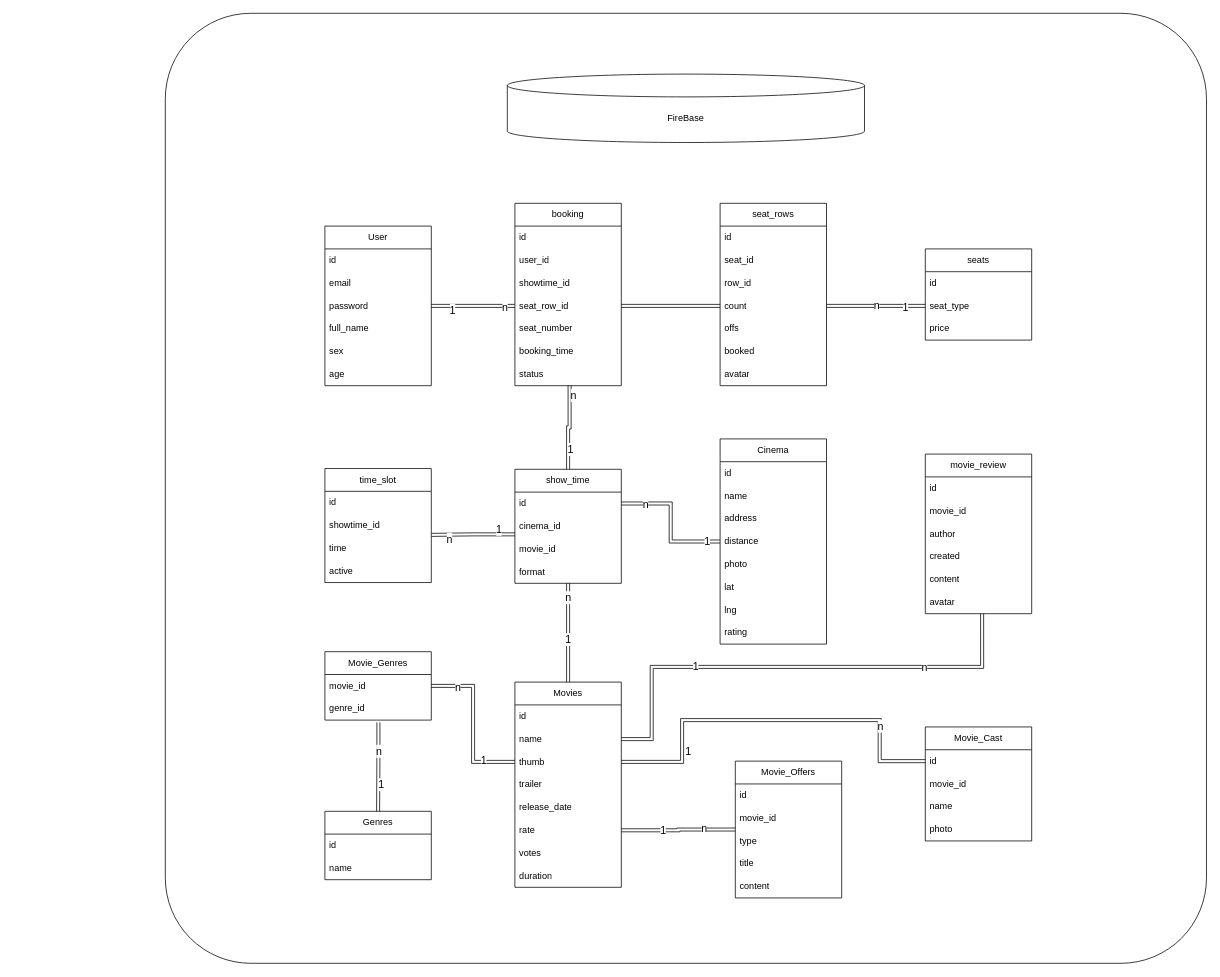
Earlier version of the draw.io diagram draw.io/cinema-booking.drawio (minhuiiy/cinema_booking). Source tidied: cells renumbered, new cells numbered last; positions are measured from the earlier drawing's top-left corner, leaving out a move shared by most shapes. Both pictures are drawn from the tidied source at 76%, with x=0, y=0 at pixel (150, 9).
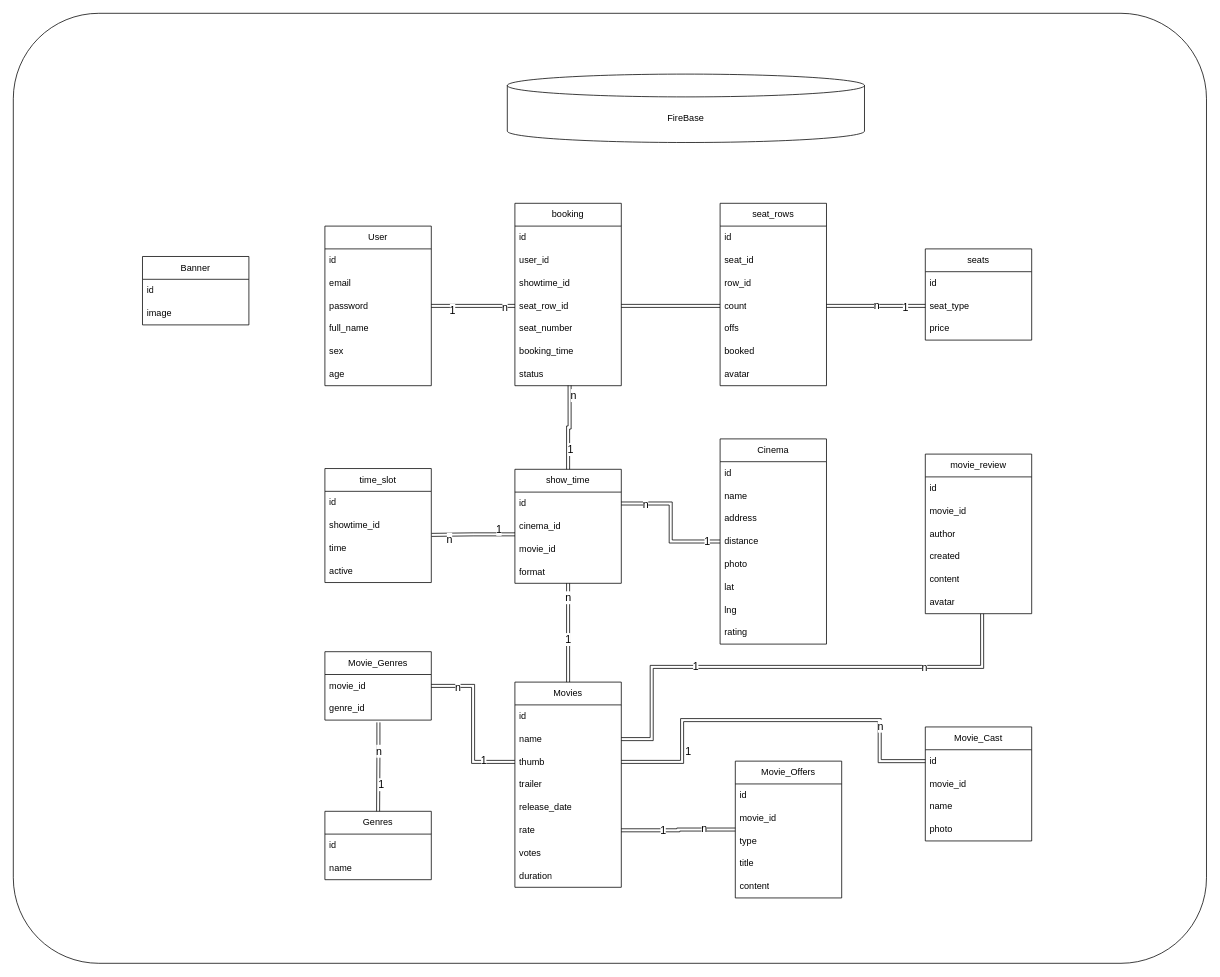
The same page after the edit.

Commit message (it also covers changes not shown here):
feat: home screen #20 - add Banner model and update diagram - implement BannerModel and BannerEntity with JSON serialization

What changed in the source:
```diff
@@
     <mxCell id="2" style="rounded=1;whiteSpace=wrap;html=1;arcSize=9;" parent="1" vertex="1">
-      <mxGeometry x="20" y="5" width="1370" height="1250" as="geometry" />
+      <mxGeometry x="-180" y="5" width="1570" height="1250" as="geometry" />
     </mxCell>
@@
+    <mxCell id="119" value="Banner" style="swimlane;fontStyle=0;horizontal=1;startSize=30;whiteSpace=wrap;html=1;" parent="1" vertex="1">
+      <mxGeometry x="-10" y="325" width="140" height="90" as="geometry" />
+    </mxCell>
+    <mxCell id="120" value="id" style="text;strokeColor=none;fillColor=none;align=left;verticalAlign=middle;spacingLeft=4;spacingRight=4;overflow=hidden;whiteSpace=wrap;html=1;" parent="119" vertex="1">
+      <mxGeometry y="30" width="140" height="30" as="geometry" />
+    </mxCell>
+    <mxCell id="121" value="image" style="text;strokeColor=none;fillColor=none;align=left;verticalAlign=middle;spacingLeft=4;spacingRight=4;overflow=hidden;whiteSpace=wrap;html=1;" parent="119" vertex="1">
+      <mxGeometry y="60" width="140" height="30" as="geometry" />
+    </mxCell>
```
